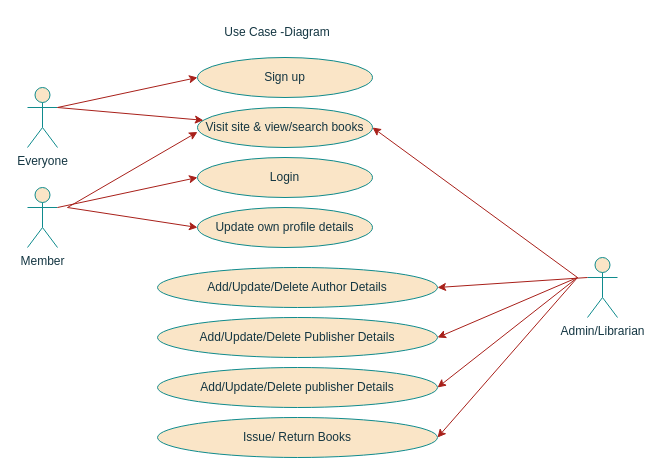
daus7768/usecaseDiagramFYP1-2- keeps this draw.io diagram as Untitled Diagram.drawio. Above is the earlier version. Source tidied: cells renumbered, new cells numbered last; positions are measured from the earlier drawing's top-left corner, leaving out a move shared by most shapes. Both pictures are drawn from the tidied source at 100%, with x=0, y=0 at pixel (27, 17).
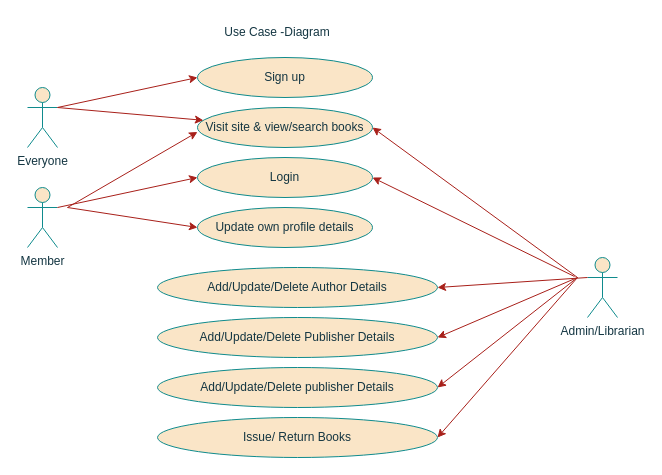
Above is the later version.

Unchanged cells that the change refers to:
```xml
<mxCell id="7" value="Login" style="ellipse;whiteSpace=wrap;html=1;labelBackgroundColor=none;fillColor=#FAE5C7;strokeColor=#0F8B8D;fontColor=#143642;" parent="1" vertex="1">
  <mxGeometry x="170" y="140" width="175" height="40" as="geometry" />
</mxCell>
```

Change to the diagram source:
```diff
@@
+    <mxCell id="24" style="endArrow=classic;html=1;rounded=0;entryX=1;entryY=0.5;entryDx=0;entryDy=0;labelBackgroundColor=none;strokeColor=#A8201A;fontColor=default;" parent="1" edge="1" target="7">
+      <mxGeometry relative="1" as="geometry">
+        <mxPoint x="547" y="259" as="sourcePoint" />
+      </mxGeometry>
+    </mxCell>
```
